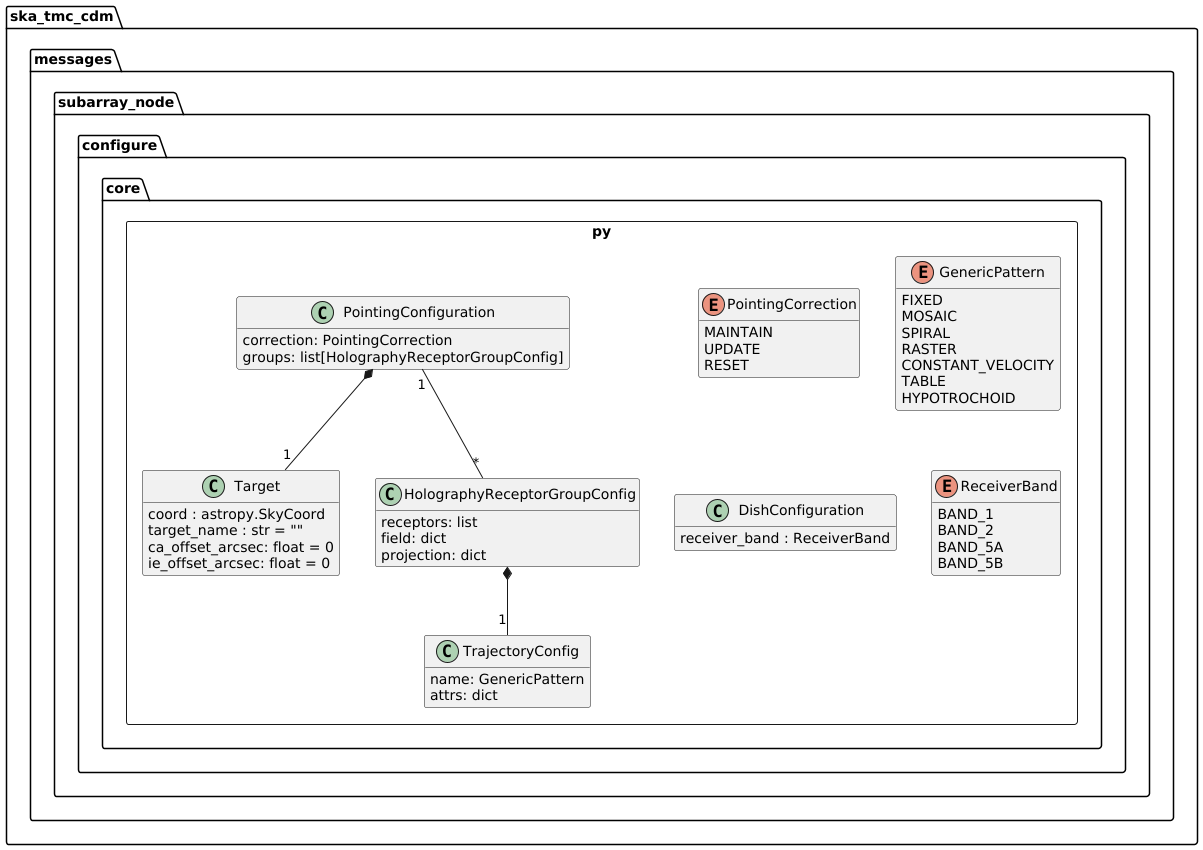
This is docs/src/developer/subarraynode/core.png from ska-telescope/cdm-shared-library, a PlantUML export, as it was before one commit.
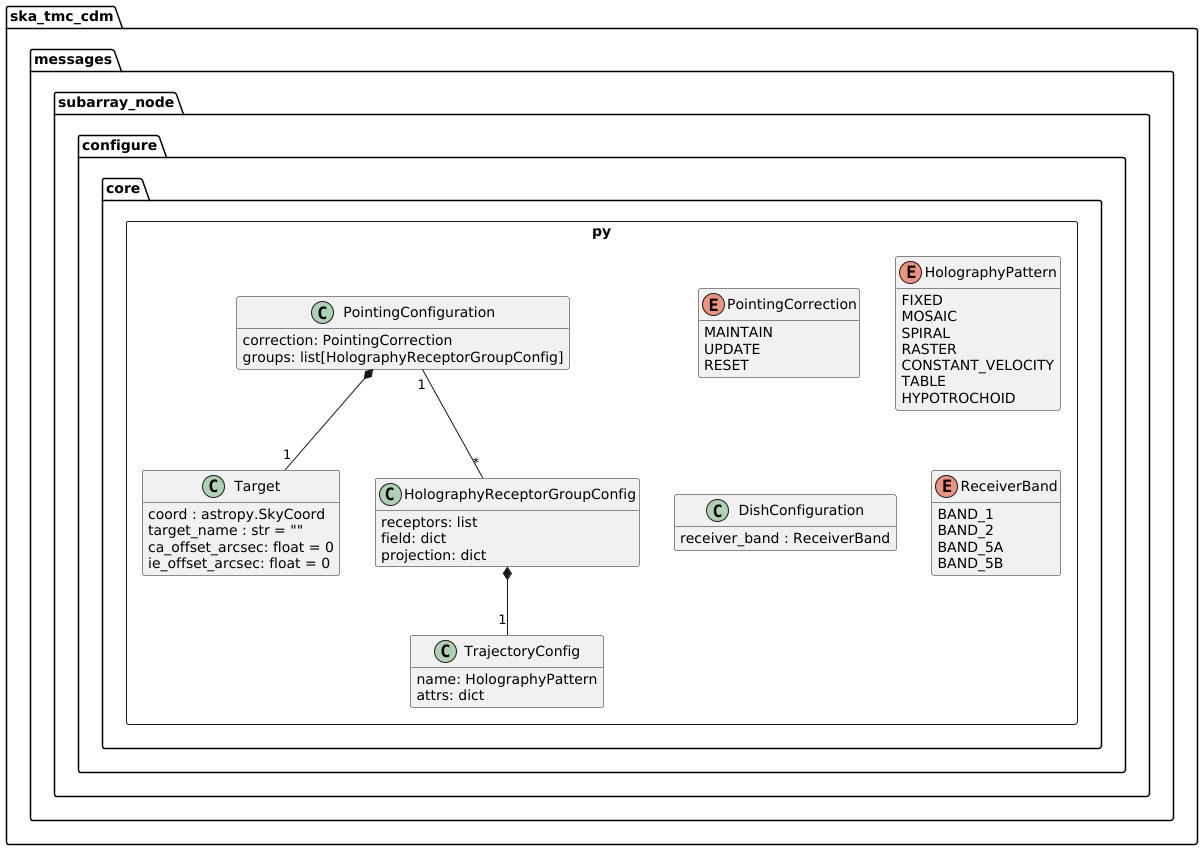
The same file after the commit.

Diff of the diagram source:
```diff
@@ -24,7 +24,7 @@
 		    projection: dict
 		}
 
-		enum GenericPattern {
+		enum HolographyPattern {
 		    FIXED
             MOSAIC
             SPIRAL
@@ -35,7 +35,7 @@
 		}
 
 		class TrajectoryConfig {
-		    name: GenericPattern
+		    name: HolographyPattern
 		    attrs: dict
 		}
 
```
